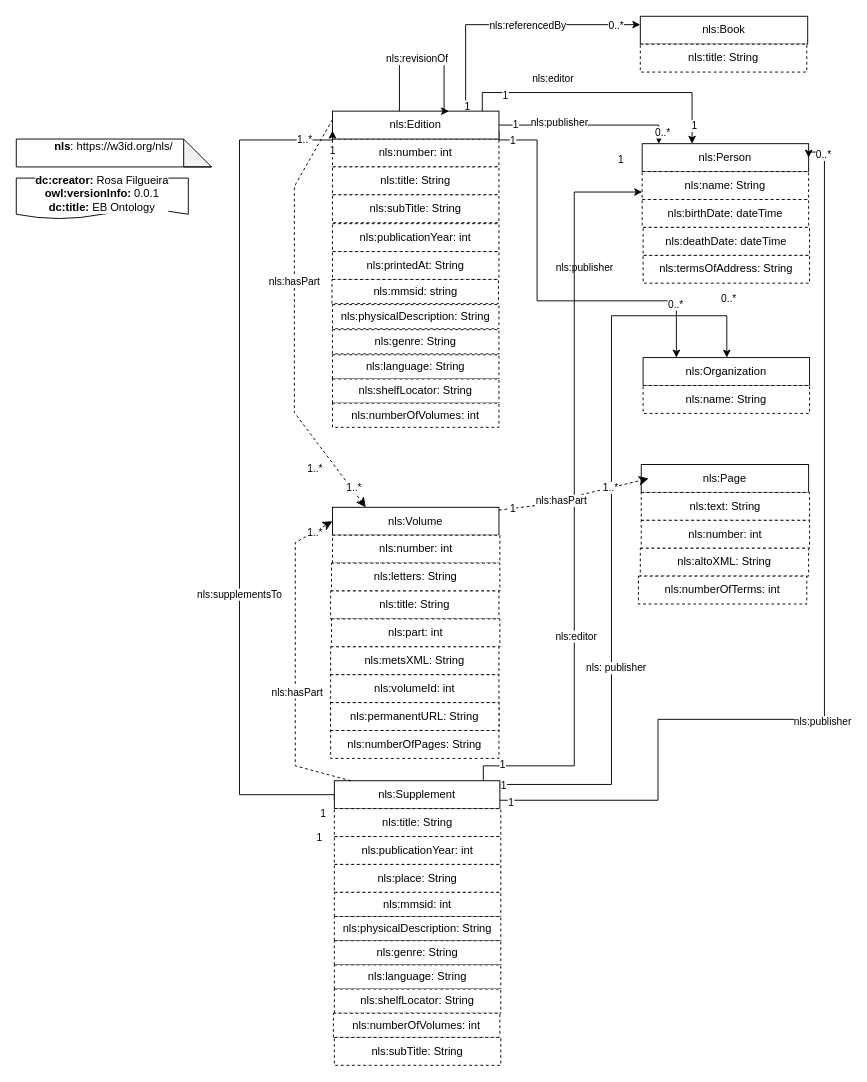
Before: nls.drawio in francesNLP/NLS-ontology, a draw.io diagram. Source tidied: cells renumbered, new cells numbered last; positions are measured from the earlier drawing's top-left corner, leaving out a move shared by most shapes. Both pictures are drawn from the tidied source at 93%, with x=0, y=0 at pixel (16, 16).
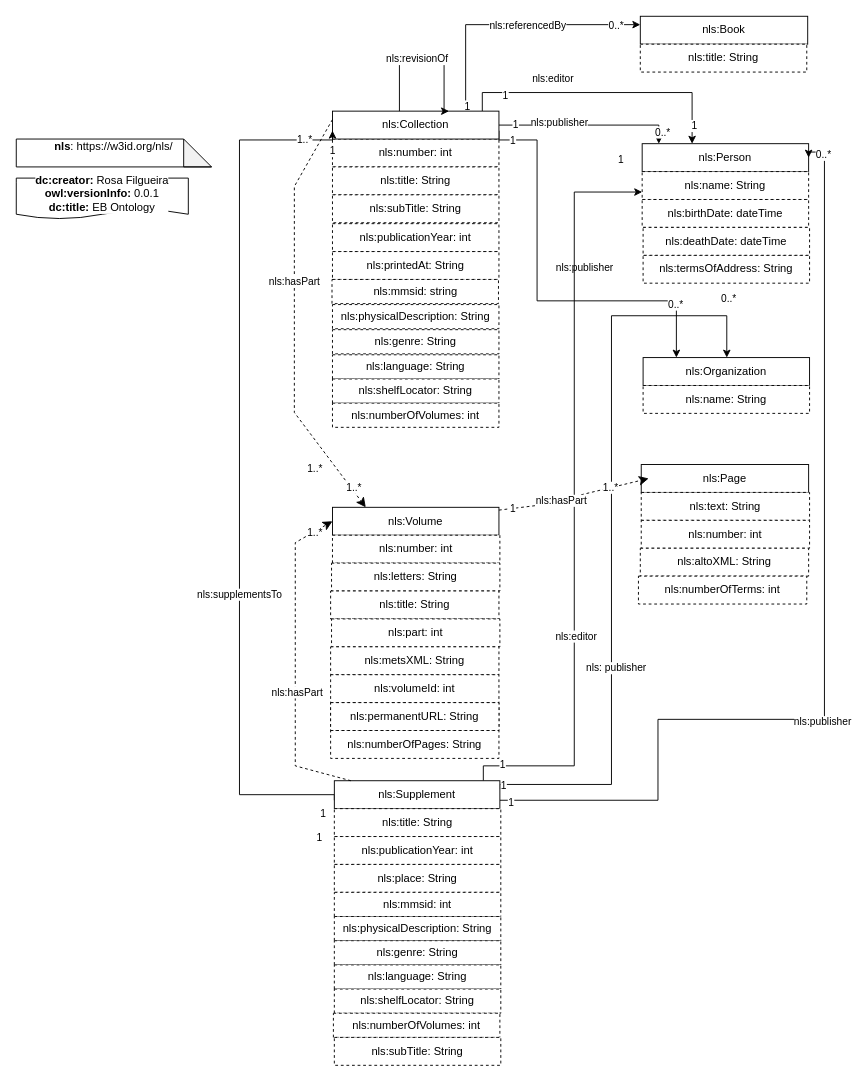
After the change.

The edit, as a diff of the source:
```diff
@@
-    <mxCell id="20" value="nls:Edition" style="rounded=0;whiteSpace=wrap;html=1;snapToPoint=1;points=[[0.1,0],[0.2,0],[0.3,0],[0.4,0],[0.5,0],[0.6,0],[0.7,0],[0.8,0],[0.9,0],[0,0.1],[0,0.3],[0,0.5],[0,0.7],[0,0.9],[0.1,1],[0.2,1],[0.3,1],[0.4,1],[0.5,1],[0.6,1],[0.7,1],[0.8,1],[0.9,1],[1,0.1],[1,0.3],[1,0.5],[1,0.7],[1,0.9]];" parent="1" vertex="1">
+    <mxCell id="20" value="nls:Collection" style="rounded=0;whiteSpace=wrap;html=1;snapToPoint=1;points=[[0.1,0],[0.2,0],[0.3,0],[0.4,0],[0.5,0],[0.6,0],[0.7,0],[0.8,0],[0.9,0],[0,0.1],[0,0.3],[0,0.5],[0,0.7],[0,0.9],[0.1,1],[0.2,1],[0.3,1],[0.4,1],[0.5,1],[0.6,1],[0.7,1],[0.8,1],[0.9,1],[1,0.1],[1,0.3],[1,0.5],[1,0.7],[1,0.9]];" parent="1" vertex="1">
       <mxGeometry x="340" y="102" width="179" height="30" as="geometry" />
     </mxCell>
```
